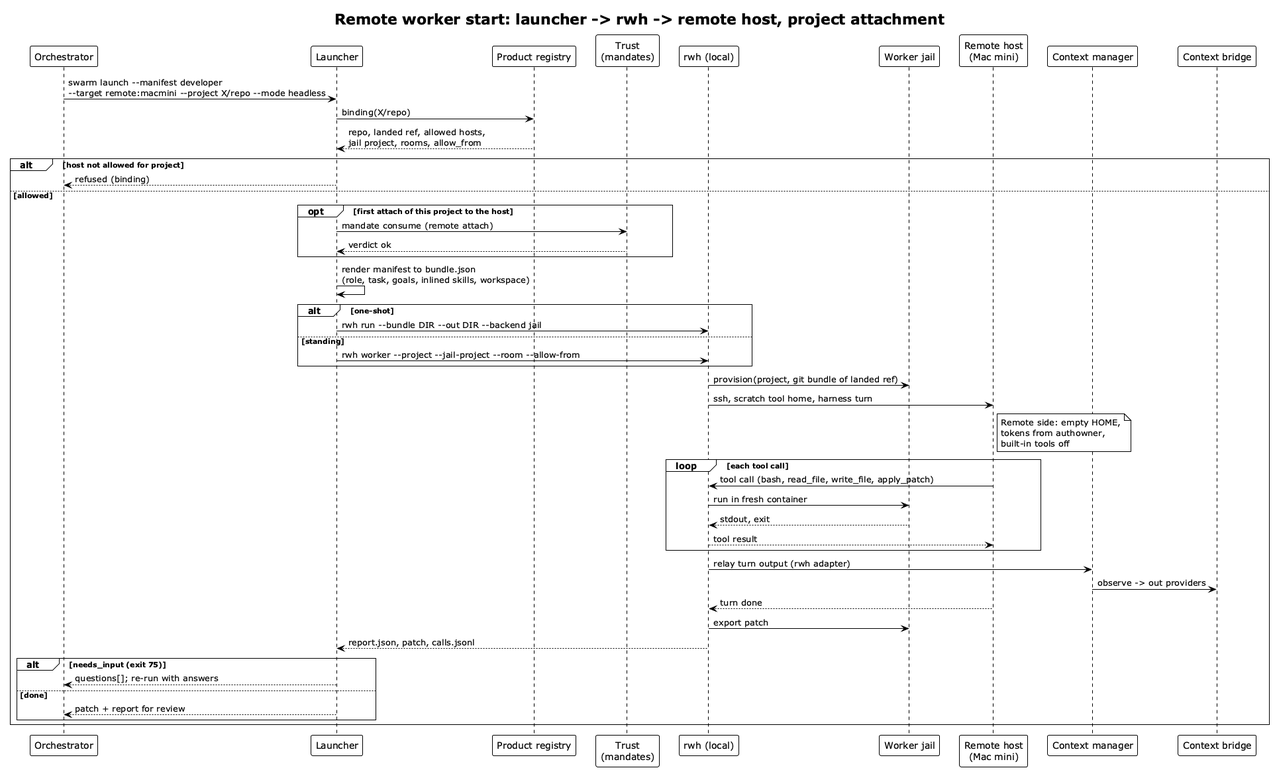
This is diagrams/artefacts/plantuml/remote-worker-start.png from relux-works/swarm-platform-architecture, a PlantUML export, as it was before one commit.
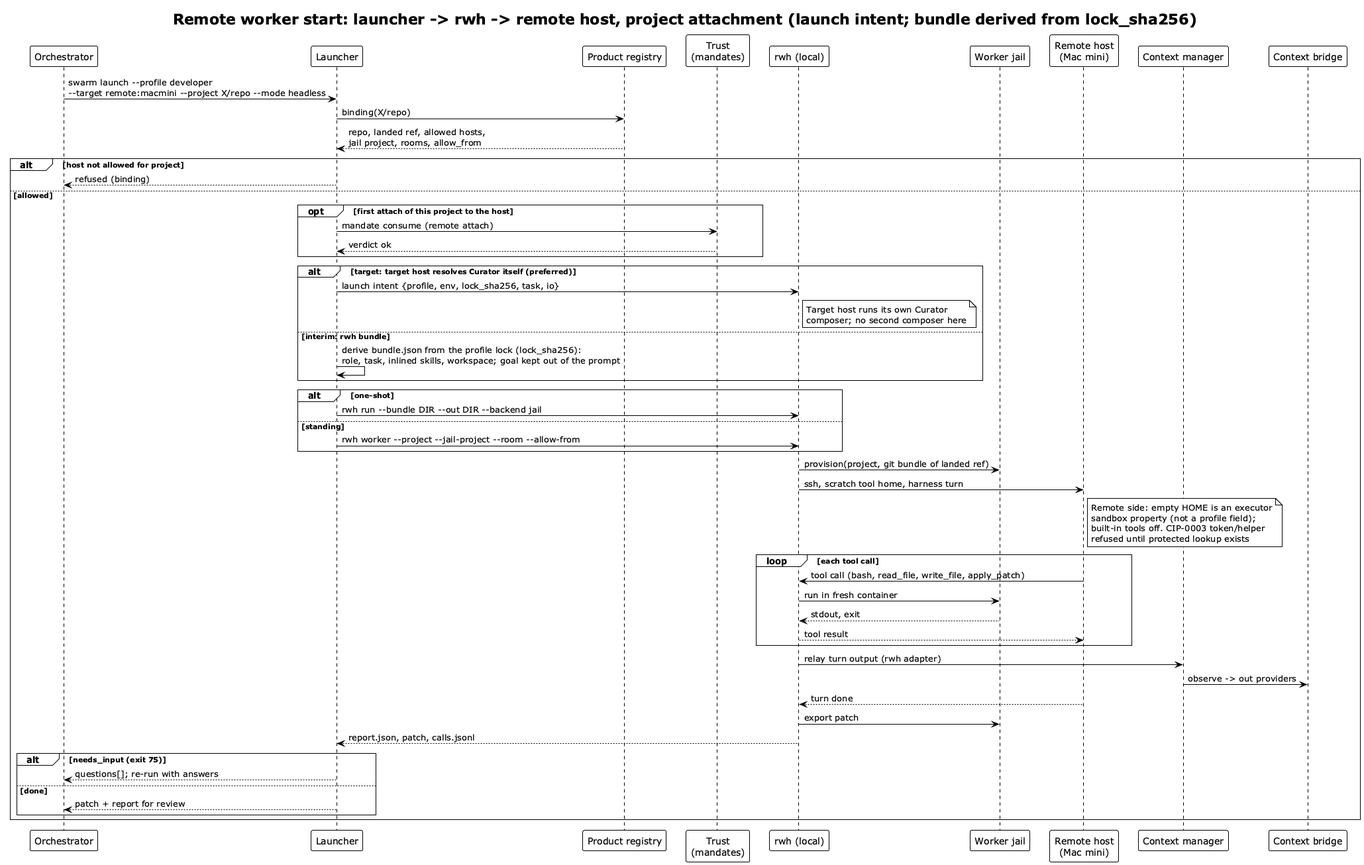
The same file after the commit.

The edit, as a diff of the source:
```diff
@@ -1,6 +1,6 @@
 @startuml remote-worker-start
 !theme plain
-title Remote worker start: launcher -> rwh -> remote host, project attachment
+title Remote worker start: launcher -> rwh -> remote host, project attachment (launch intent; bundle derived from lock_sha256)
 
 participant "Orchestrator" as O
 participant "Launcher" as L
@@ -12,7 +12,7 @@
 participant "Context manager" as CM
 participant "Context bridge" as BR
 
-O -> L: swarm launch ~--manifest developer\n--target remote:macmini ~--project X/repo ~--mode headless
+O -> L: swarm launch ~--profile developer\n--target remote:macmini ~--project X/repo ~--mode headless
 L -> Reg: binding(X/repo)
 Reg --> L: repo, landed ref, allowed hosts,\njail project, rooms, allow_from
 
@@ -23,7 +23,15 @@
     L -> T: mandate consume (remote attach)
     T --> L: verdict ok
   end
-  L -> L: render manifest to bundle.json\n(role, task, goals, inlined skills, workspace)
+  alt target: target host resolves Curator itself (preferred)
+    L -> R: launch intent {profile, env, lock_sha256, task, io}
+    note right of R
+      Target host runs its own Curator
+      composer; no second composer here
+    end note
+  else interim: rwh bundle
+    L -> L: derive bundle.json from the profile lock (lock_sha256):\nrole, task, inlined skills, workspace; goal kept out of the prompt
+  end
   alt one-shot
     L -> R: rwh run ~--bundle DIR ~--out DIR ~--backend jail
   else standing
@@ -32,9 +40,10 @@
   R -> J: provision(project, git bundle of landed ref)
   R -> RH: ssh, scratch tool home, harness turn
   note right of RH
-    Remote side: empty HOME,
-    tokens from authowner,
-    built-in tools off
+    Remote side: empty HOME is an executor
+    sandbox property (not a profile field);
+    built-in tools off. CIP-0003 token/helper
+    refused until protected lookup exists
   end note
   loop each tool call
     RH -> R: tool call (bash, read_file, write_file, apply_patch)
```
